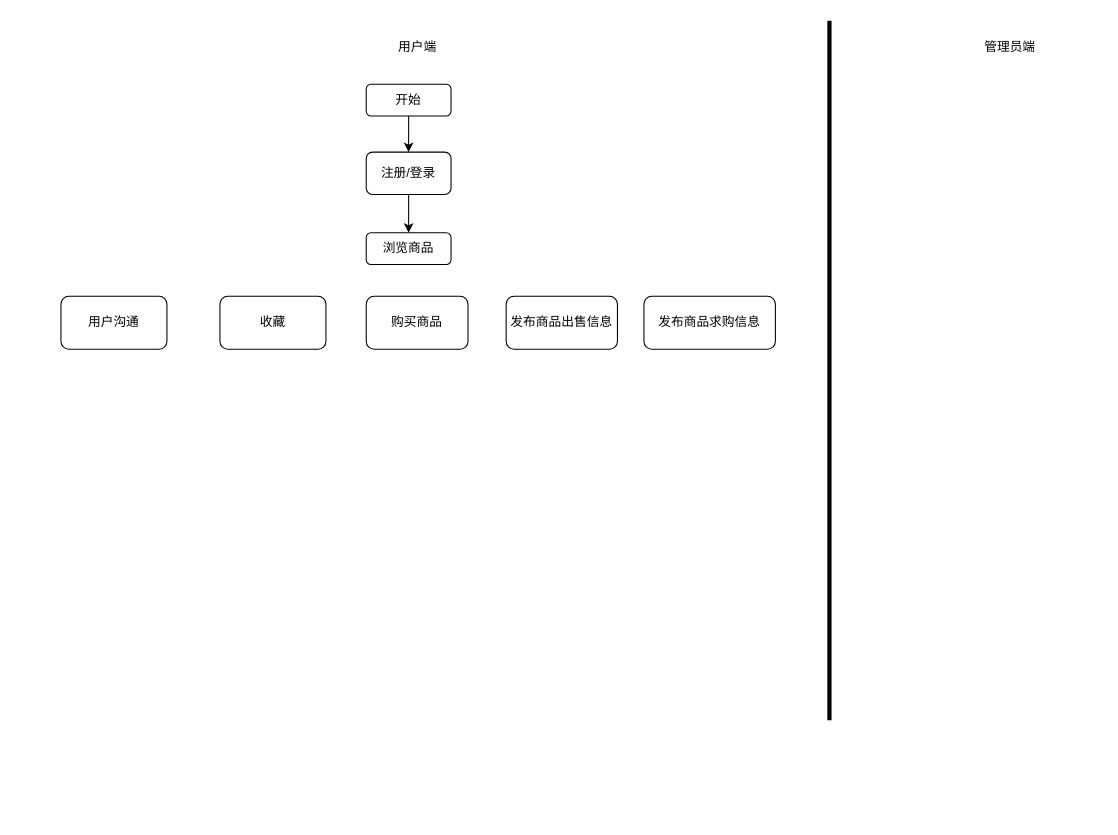
The draw.io diagram 跳蚤市场.drawio in amazing-a/ER, before the edit. Source tidied: cells renumbered, new cells numbered last; positions are measured from the earlier drawing's top-left corner, leaving out a move shared by most shapes. Both pictures are drawn from the tidied source at 106%, with x=0, y=0 at pixel (60, 20).
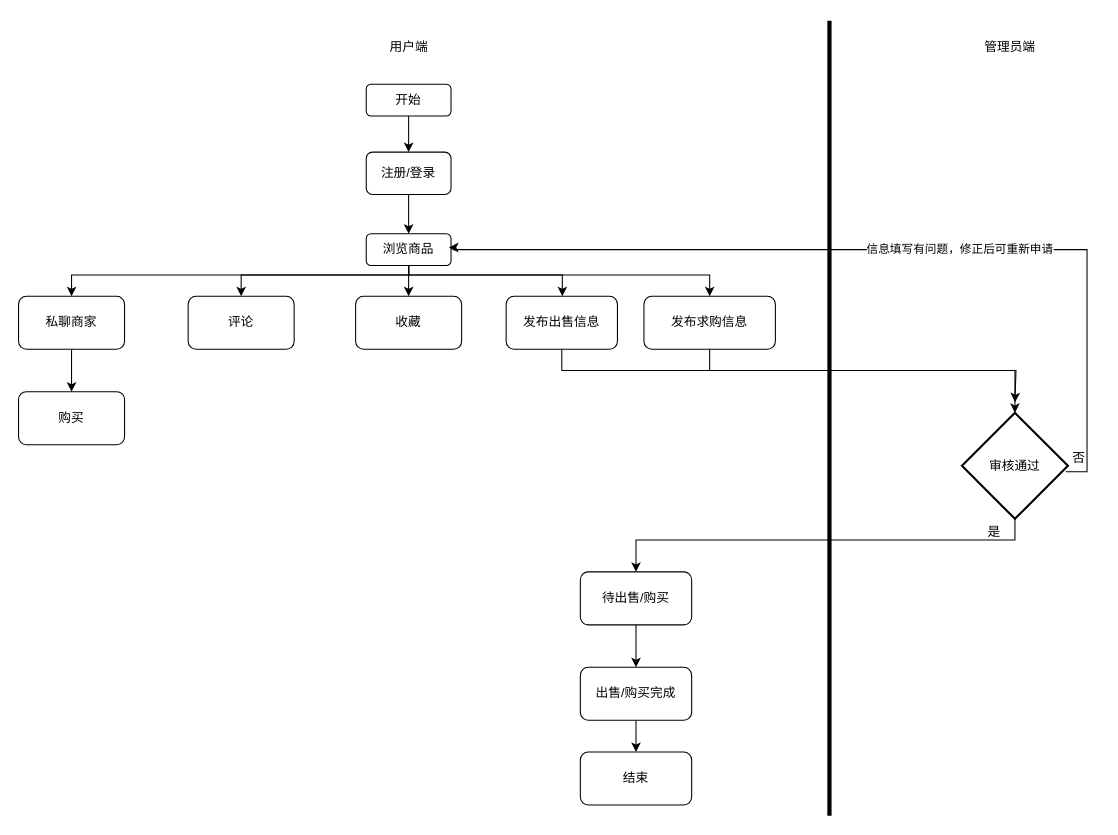
The same page after the edit.

Commit message (it also covers changes not shown here):
更新跳蚤市场.drawio

The edit, as a diff of the source:
```diff
@@
     <mxCell id="4" value="用户端" style="text;html=1;align=center;verticalAlign=middle;strokeColor=none;fillColor=none;" parent="1" vertex="1">
-      <mxGeometry x="306" y="10" width="60" height="30" as="geometry" />
+      <mxGeometry x="298" y="10" width="60" height="30" as="geometry" />
     </mxCell>
     <mxCell id="5" style="line;strokeWidth=4;direction=south;html=1;perimeter=backbonePerimeter;" parent="1" vertex="1">
-      <mxGeometry x="720" width="10" height="660" as="geometry" />
+      <mxGeometry x="720" width="10" height="750" as="geometry" />
     </mxCell>
@@
+    <mxCell id="15" style="edgeStyle=orthogonalEdgeStyle;rounded=0;jettySize=auto;html=1;" parent="1" edge="1" source="9" target="13">
+      <mxGeometry relative="1" as="geometry">
+        <Array as="points">
+          <mxPoint x="328" y="260" />
+          <mxPoint x="328" y="260" />
+        </Array>
+      </mxGeometry>
+    </mxCell>
+    <mxCell id="16" style="edgeStyle=orthogonalEdgeStyle;rounded=0;jettySize=auto;html=1;" parent="1" edge="1" source="9" target="11">
+      <mxGeometry relative="1" as="geometry">
+        <Array as="points">
+          <mxPoint x="328" y="240" />
+          <mxPoint x="473" y="240" />
+        </Array>
+      </mxGeometry>
+    </mxCell>
+    <mxCell id="17" style="edgeStyle=orthogonalEdgeStyle;rounded=0;jettySize=auto;html=1;entryX=0.5;entryY=0;entryDx=0;entryDy=0;" parent="1" edge="1" source="9" target="12">
+      <mxGeometry relative="1" as="geometry">
+        <Array as="points">
+          <mxPoint x="328" y="240" />
+          <mxPoint x="612" y="240" />
+        </Array>
+      </mxGeometry>
+    </mxCell>
+    <mxCell id="18" style="edgeStyle=orthogonalEdgeStyle;rounded=0;jettySize=auto;html=1;entryX=0.5;entryY=0;entryDx=0;entryDy=0;" parent="1" edge="1" source="9" target="34">
+      <mxGeometry relative="1" as="geometry">
+        <Array as="points">
+          <mxPoint x="328" y="240" />
+          <mxPoint x="170" y="240" />
+        </Array>
+      </mxGeometry>
+    </mxCell>
+    <mxCell id="19" style="edgeStyle=orthogonalEdgeStyle;rounded=0;jettySize=auto;html=1;entryX=0.5;entryY=0;entryDx=0;entryDy=0;" parent="1" edge="1" source="9" target="14">
+      <mxGeometry relative="1" as="geometry">
+        <Array as="points">
+          <mxPoint x="328" y="240" />
+          <mxPoint x="10" y="240" />
+        </Array>
+      </mxGeometry>
+    </mxCell>
     <mxCell id="9" value="浏览商品" style="rounded=1;whiteSpace=wrap;html=1;" parent="1" vertex="1">
-      <mxGeometry x="288" y="200" width="80" height="30" as="geometry" />
+      <mxGeometry x="288" y="201" width="80" height="30" as="geometry" />
     </mxCell>
-    <mxCell id="10" value="购买商品" style="rounded=1;whiteSpace=wrap;html=1;" parent="1" vertex="1">
-      <mxGeometry x="288" y="260" width="96" height="50" as="geometry" />
-    </mxCell>
+    <mxCell id="20" style="edgeStyle=orthogonalEdgeStyle;rounded=0;jettySize=auto;html=1;" parent="1" edge="1" source="11">
+      <mxGeometry relative="1" as="geometry">
+        <mxPoint x="900" y="360" as="targetPoint" />
+        <Array as="points">
+          <mxPoint x="473" y="330" />
+          <mxPoint x="901" y="330" />
+        </Array>
+      </mxGeometry>
+    </mxCell>
-    <mxCell id="11" value="发布商品出售信息" style="rounded=1;whiteSpace=wrap;html=1;" parent="1" vertex="1">
+    <mxCell id="11" value="发布出售信息" style="rounded=1;whiteSpace=wrap;html=1;" parent="1" vertex="1">
       <mxGeometry x="420" y="260" width="105" height="50" as="geometry" />
     </mxCell>
+    <mxCell id="21" style="edgeStyle=orthogonalEdgeStyle;rounded=0;jettySize=auto;html=1;" parent="1" edge="1" source="12" target="26">
+      <mxGeometry relative="1" as="geometry">
+        <Array as="points">
+          <mxPoint x="612" y="330" />
+        </Array>
+      </mxGeometry>
+    </mxCell>
-    <mxCell id="12" value="发布商品求购信息" style="rounded=1;whiteSpace=wrap;html=1;" parent="1" vertex="1">
+    <mxCell id="12" value="发布求购信息" style="rounded=1;whiteSpace=wrap;html=1;" parent="1" vertex="1">
       <mxGeometry x="550" y="260" width="124" height="50" as="geometry" />
     </mxCell>
     <mxCell id="13" value="收藏" style="rounded=1;whiteSpace=wrap;html=1;" parent="1" vertex="1">
-      <mxGeometry x="150" y="260" width="100" height="50" as="geometry" />
+      <mxGeometry x="278" y="260" width="100" height="50" as="geometry" />
     </mxCell>
+    <mxCell id="22" style="edgeStyle=orthogonalEdgeStyle;rounded=0;jettySize=auto;html=1;" parent="1" edge="1" source="14" target="35">
+      <mxGeometry relative="1" as="geometry" />
+    </mxCell>
-    <mxCell id="14" value="用户沟通" style="rounded=1;whiteSpace=wrap;html=1;" parent="1" vertex="1">
-      <mxGeometry y="260" width="100" height="50" as="geometry" />
+    <mxCell id="14" value="私聊商家" style="rounded=1;whiteSpace=wrap;html=1;" parent="1" vertex="1">
+      <mxGeometry x="-40" y="260" width="100" height="50" as="geometry" />
     </mxCell>
+    <mxCell id="23" style="edgeStyle=orthogonalEdgeStyle;rounded=0;jettySize=auto;html=1;entryX=0.5;entryY=0;entryDx=0;entryDy=0;" parent="1" edge="1" source="26" target="28">
+      <mxGeometry relative="1" as="geometry">
+        <Array as="points">
+          <mxPoint x="900" y="490" />
+          <mxPoint x="543" y="490" />
+        </Array>
+      </mxGeometry>
+    </mxCell>
+    <mxCell id="24" style="edgeStyle=orthogonalEdgeStyle;rounded=0;orthogonalLoop=1;jettySize=auto;html=1;entryX=1;entryY=0.25;entryDx=0;entryDy=0;" parent="1" edge="1">
+      <mxGeometry relative="1" as="geometry">
+        <mxPoint x="948" y="425.5" as="sourcePoint" />
+        <mxPoint x="366" y="214" as="targetPoint" />
+        <Array as="points">
+          <mxPoint x="968" y="426" />
+          <mxPoint x="968" y="216" />
+          <mxPoint x="370" y="216" />
+          <mxPoint x="370" y="214" />
+        </Array>
+      </mxGeometry>
+    </mxCell>
+    <mxCell id="25" value="信息填写有问题，修正后可重新申请" style="edgeLabel;html=1;align=center;verticalAlign=middle;" parent="24" vertex="1">
+      <mxGeometry x="-0.16" y="-1" relative="1" as="geometry" />
+    </mxCell>
+    <mxCell id="26" value="审核通过" style="strokeWidth=2;html=1;shape=mxgraph.flowchart.decision;whiteSpace=wrap;" parent="1" vertex="1">
+      <mxGeometry x="850" y="370" width="100" height="100" as="geometry" />
+    </mxCell>
+    <mxCell id="27" style="edgeStyle=orthogonalEdgeStyle;rounded=0;jettySize=auto;html=1;" parent="1" edge="1" source="28" target="33">
+      <mxGeometry relative="1" as="geometry" />
+    </mxCell>
+    <mxCell id="28" value="待出售/购买" style="rounded=1;whiteSpace=wrap;html=1;" parent="1" vertex="1">
+      <mxGeometry x="490" y="520" width="105" height="50" as="geometry" />
+    </mxCell>
+    <mxCell id="29" value="结束" style="rounded=1;whiteSpace=wrap;html=1;" parent="1" vertex="1">
+      <mxGeometry x="490" y="690" width="105" height="50" as="geometry" />
+    </mxCell>
+    <mxCell id="30" value="是" style="text;html=1;align=center;verticalAlign=middle;strokeColor=none;fillColor=none;" parent="1" vertex="1">
+      <mxGeometry x="860" y="468" width="40" height="30" as="geometry" />
+    </mxCell>
+    <mxCell id="31" value="否" style="text;html=1;align=center;verticalAlign=middle;strokeColor=none;fillColor=none;" parent="1" vertex="1">
+      <mxGeometry x="940" y="398" width="40" height="30" as="geometry" />
+    </mxCell>
+    <mxCell id="32" style="edgeStyle=orthogonalEdgeStyle;rounded=0;jettySize=auto;html=1;" parent="1" edge="1" source="33" target="29">
+      <mxGeometry relative="1" as="geometry" />
+    </mxCell>
+    <mxCell id="33" value="出售/购买完成" style="rounded=1;whiteSpace=wrap;html=1;" parent="1" vertex="1">
+      <mxGeometry x="490" y="610" width="105" height="50" as="geometry" />
+    </mxCell>
+    <mxCell id="34" value="评论" style="rounded=1;whiteSpace=wrap;html=1;" parent="1" vertex="1">
+      <mxGeometry x="120" y="260" width="100" height="50" as="geometry" />
+    </mxCell>
+    <mxCell id="35" value="购买" style="rounded=1;whiteSpace=wrap;html=1;" parent="1" vertex="1">
+      <mxGeometry x="-40" y="350" width="100" height="50" as="geometry" />
+    </mxCell>
```
